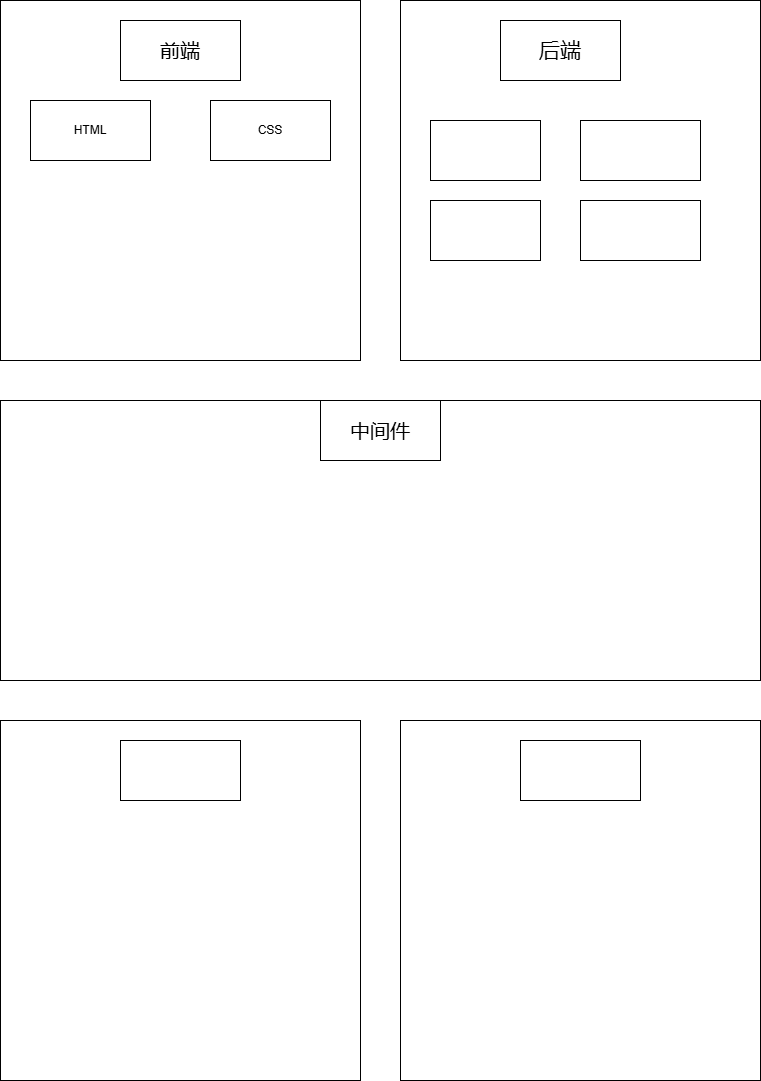
1228785484/RentHouseThing keeps this draw.io diagram as Plans/技术架构.png. Above is the earlier version. Source tidied: cells renumbered, new cells last; positions are measured from the earlier drawing's top-left corner, leaving out a move shared by most shapes.
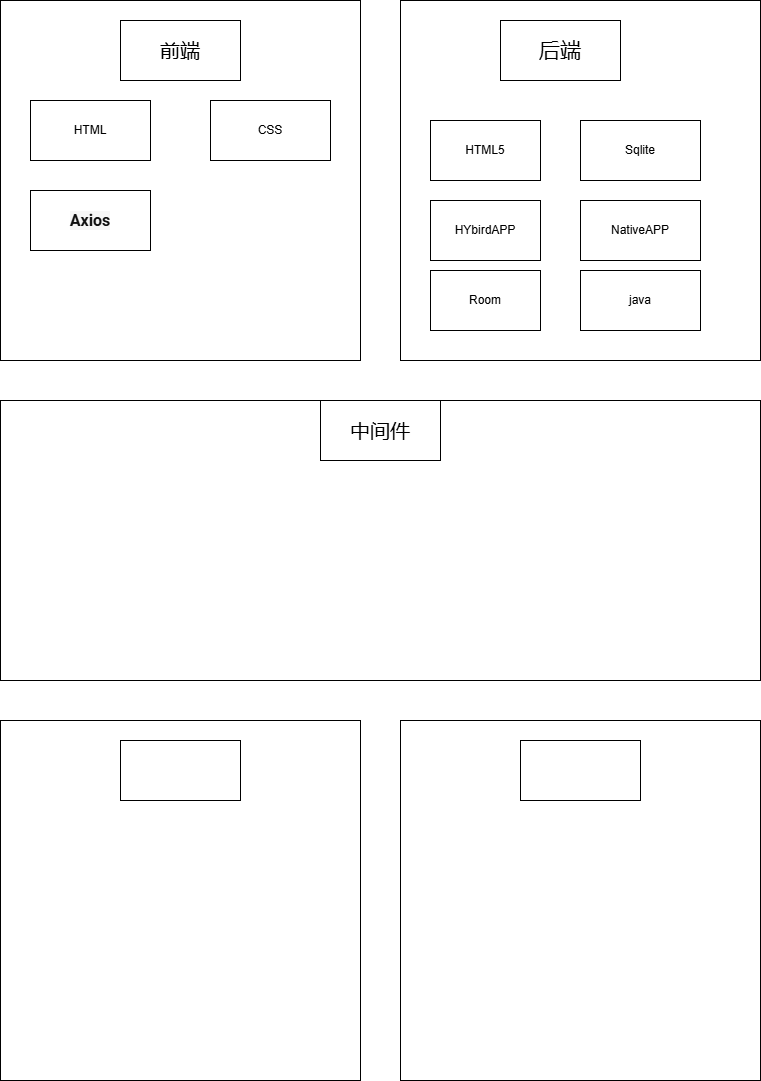
After the commit.

Commit message:
更新技术架构.png

The edit, as a diff of the source:
```diff
@@ -38,17 +38,26 @@
     <mxCell id="13" value="CSS" style="rounded=0;whiteSpace=wrap;html=1;" parent="1" vertex="1">
       <mxGeometry x="210" y="100" width="120" height="60" as="geometry" />
     </mxCell>
-    <mxCell id="14" style="rounded=0;whiteSpace=wrap;html=1;" parent="1" vertex="1">
+    <mxCell id="14" value="HTML5" style="rounded=0;whiteSpace=wrap;html=1;" parent="1" vertex="1">
       <mxGeometry x="430" y="120" width="110" height="60" as="geometry" />
     </mxCell>
-    <mxCell id="15" style="rounded=0;whiteSpace=wrap;html=1;" parent="1" vertex="1">
+    <mxCell id="15" value="Sqlite" style="rounded=0;whiteSpace=wrap;html=1;" parent="1" vertex="1">
       <mxGeometry x="580" y="120" width="120" height="60" as="geometry" />
     </mxCell>
-    <mxCell id="16" style="rounded=0;whiteSpace=wrap;html=1;" parent="1" vertex="1">
+    <mxCell id="16" value="HYbirdAPP" style="rounded=0;whiteSpace=wrap;html=1;" parent="1" vertex="1">
       <mxGeometry x="430" y="200" width="110" height="60" as="geometry" />
     </mxCell>
-    <mxCell id="17" style="rounded=0;whiteSpace=wrap;html=1;" parent="1" vertex="1">
+    <mxCell id="17" value="NativeAPP" style="rounded=0;whiteSpace=wrap;html=1;" parent="1" vertex="1">
       <mxGeometry x="580" y="200" width="120" height="60" as="geometry" />
     </mxCell>
+    <mxCell id="18" value="Room" style="rounded=0;whiteSpace=wrap;html=1;" parent="1" vertex="1">
+      <mxGeometry x="430" y="270" width="110" height="60" as="geometry" />
+    </mxCell>
+    <mxCell id="19" value="java" style="rounded=0;whiteSpace=wrap;html=1;" parent="1" vertex="1">
+      <mxGeometry x="580" y="270" width="120" height="60" as="geometry" />
+    </mxCell>
+    <mxCell id="20" value="&lt;strong style=&quot;color: rgb(17, 17, 17); font-family: -apple-system, Roboto, SegoeUI, &amp;quot;Segoe UI&amp;quot;, &amp;quot;Helvetica Neue&amp;quot;, Helvetica, &amp;quot;Microsoft YaHei&amp;quot;, &amp;quot;Meiryo UI&amp;quot;, Meiryo, &amp;quot;Arial Unicode MS&amp;quot;, sans-serif; font-size: 16px; text-align: left; background-color: rgb(247, 247, 247);&quot;&gt;Axios&lt;/strong&gt;" style="rounded=0;whiteSpace=wrap;html=1;" parent="1" vertex="1">
+      <mxGeometry x="30" y="190" width="120" height="60" as="geometry" />
+    </mxCell>
   </root>
 </mxGraphModel>
```
